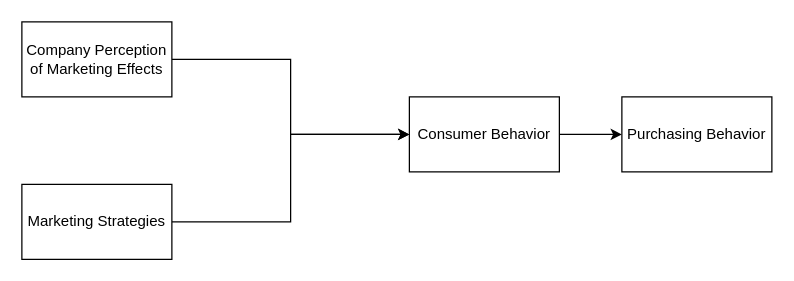
Earlier version of the draw.io diagram conceptualModelv3.drawio (alejandroatacho/diagrams.net). Source tidied: cells renumbered, new cells numbered last; positions are measured from the earlier drawing's top-left corner, leaving out a move shared by most shapes. Both pictures are drawn from the tidied source at 125%, with x=0, y=0 at pixel (21, 21).
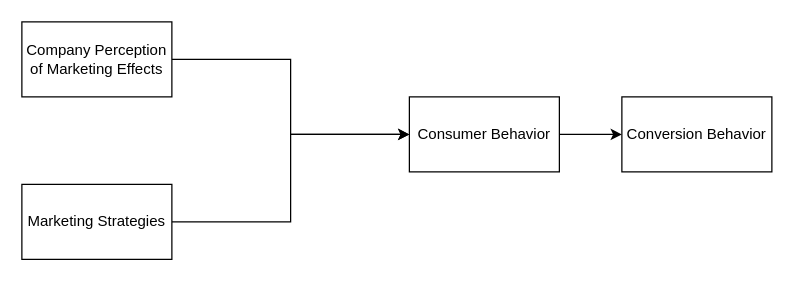
After the change.

Diff of the diagram source:
```diff
@@
 <mxGraphModel>
   <root>
     <mxCell id="0" />
     <mxCell id="1" parent="0" />
     <mxCell id="2" style="edgeStyle=orthogonalEdgeStyle;rounded=0;jettySize=auto;html=1;entryX=0;entryY=0.5;entryDx=0;entryDy=0;" parent="1" edge="1" source="3" target="5">
       <mxGeometry relative="1" as="geometry" />
     </mxCell>
     <mxCell id="3" value="Marketing Strategies" style="rounded=0;whiteSpace=wrap;html=1;" parent="1" vertex="1">
       <mxGeometry y="130" width="120" height="60" as="geometry" />
     </mxCell>
     <mxCell id="4" style="edgeStyle=orthogonalEdgeStyle;rounded=0;jettySize=auto;html=1;entryX=0;entryY=0.5;entryDx=0;entryDy=0;" parent="1" edge="1" source="5" target="6">
       <mxGeometry relative="1" as="geometry" />
     </mxCell>
     <mxCell id="5" value="Consumer Behavior" style="rounded=0;whiteSpace=wrap;html=1;" parent="1" vertex="1">
       <mxGeometry x="310" y="60" width="120" height="60" as="geometry" />
     </mxCell>
-    <mxCell id="6" value="Purchasing Behavior" style="rounded=0;whiteSpace=wrap;html=1;" parent="1" vertex="1">
+    <mxCell id="6" value="Conversion Behavior" style="rounded=0;whiteSpace=wrap;html=1;" parent="1" vertex="1">
       <mxGeometry x="480" y="60" width="120" height="60" as="geometry" />
     </mxCell>
     <mxCell id="7" style="edgeStyle=orthogonalEdgeStyle;rounded=0;jettySize=auto;html=1;entryX=0;entryY=0.5;entryDx=0;entryDy=0;" parent="1" edge="1" source="8" target="5">
       <mxGeometry relative="1" as="geometry" />
     </mxCell>
     <mxCell id="8" value="Company Perception of Marketing Effects" style="rounded=0;whiteSpace=wrap;html=1;" parent="1" vertex="1">
       <mxGeometry width="120" height="60" as="geometry" />
     </mxCell>
   </root>
 </mxGraphModel>
```
